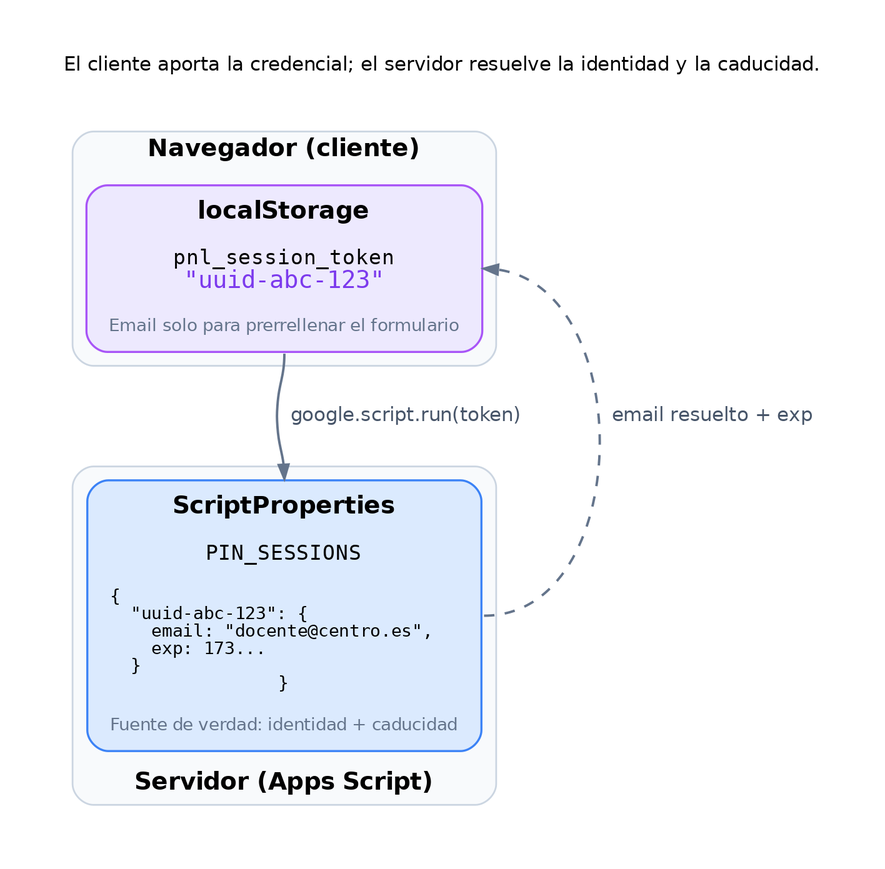
Earlier version of the Graphviz export docs/images/session-model.png (pfelipm/panel-dedicacion-no-lectiva). Its source is kept beside it as docs/images/session-model.dot.
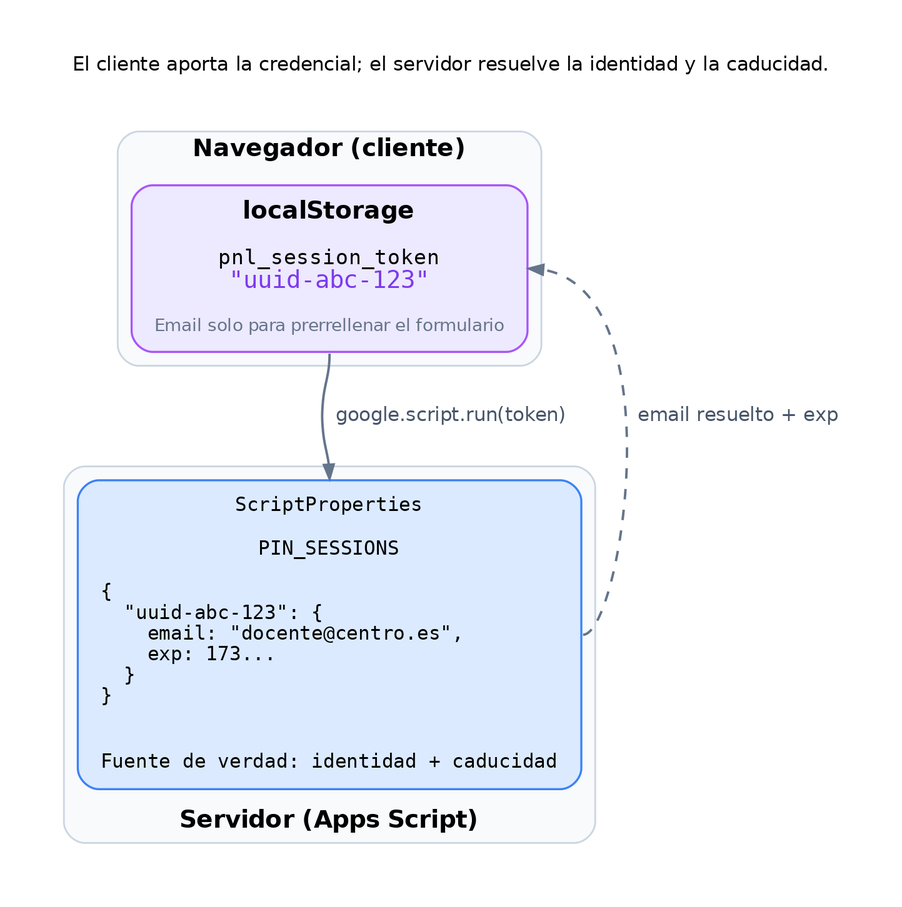
Later version of the same file.

Commit message:
docs: alinear las llaves del JSON en el diagrama de sesión

Se usa una etiqueta de texto con saltos \l para que el bloque PIN_SESSIONS respete la tabulación de código.

The edit, as a diff of the source:
```diff
@@ -52,7 +52,7 @@
     style="rounded";
     bgcolor="#f8fafc";
 
-    props [label=<<B>ScriptProperties</B><BR/><BR/><FONT FACE="DejaVu Sans Mono" POINT-SIZE="12">PIN_SESSIONS</FONT><BR/><BR/><FONT FACE="DejaVu Sans Mono" POINT-SIZE="10">{<BR ALIGN="LEFT"/>  "uuid-abc-123": {<BR ALIGN="LEFT"/>    email: "docente@centro.es",<BR ALIGN="LEFT"/>    exp: 173...<BR ALIGN="LEFT"/>  }<BR ALIGN="LEFT"/>}</FONT><BR/><BR/><FONT POINT-SIZE="10" COLOR="#64748b">Fuente de verdad: identidad + caducidad</FONT>>, fillcolor="#dbeafe", color="#3b82f6"];
+    props [label="ScriptProperties\n\nPIN_SESSIONS\n\n{\l  \"uuid-abc-123\": {\l    email: \"docente@centro.es\",\l    exp: 173...\l  }\l}\l\n\nFuente de verdad: identidad + caducidad", fontname="DejaVu Sans Mono", fontsize=11, fillcolor="#dbeafe", color="#3b82f6"];
   }
 
   local:s -> props:n [label="  google.script.run(token)  ", labeljust="l"];
```
